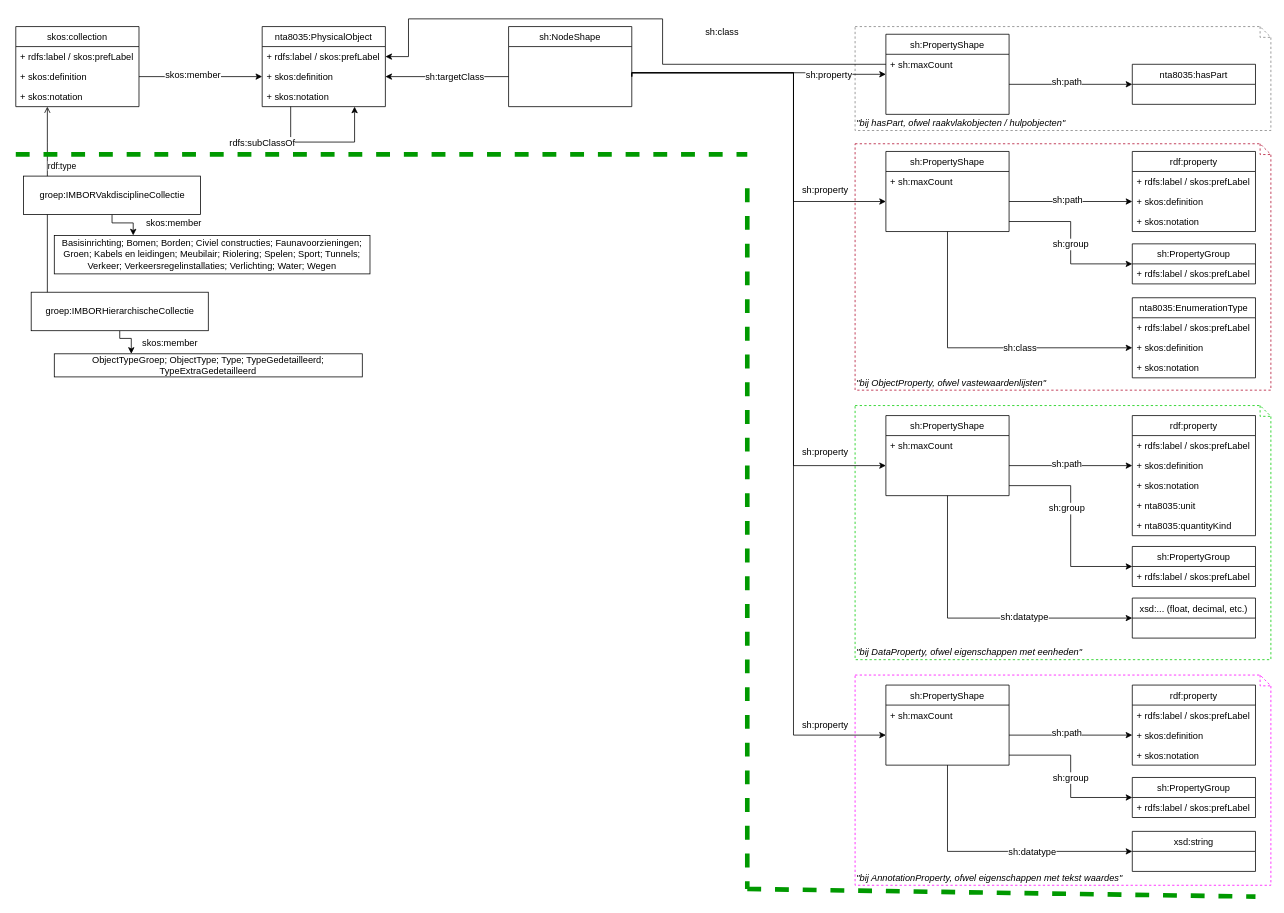
Earlier version of the draw.io diagram docs/IMBOR Metamodel.drawio (Stichting-CROW/imbor). Source tidied: cells renumbered, new cells numbered last; positions are measured from the earlier drawing's top-left corner, leaving out a move shared by most shapes. Both pictures are drawn from the tidied source at 77%, with x=0, y=0 at pixel (15, 18).
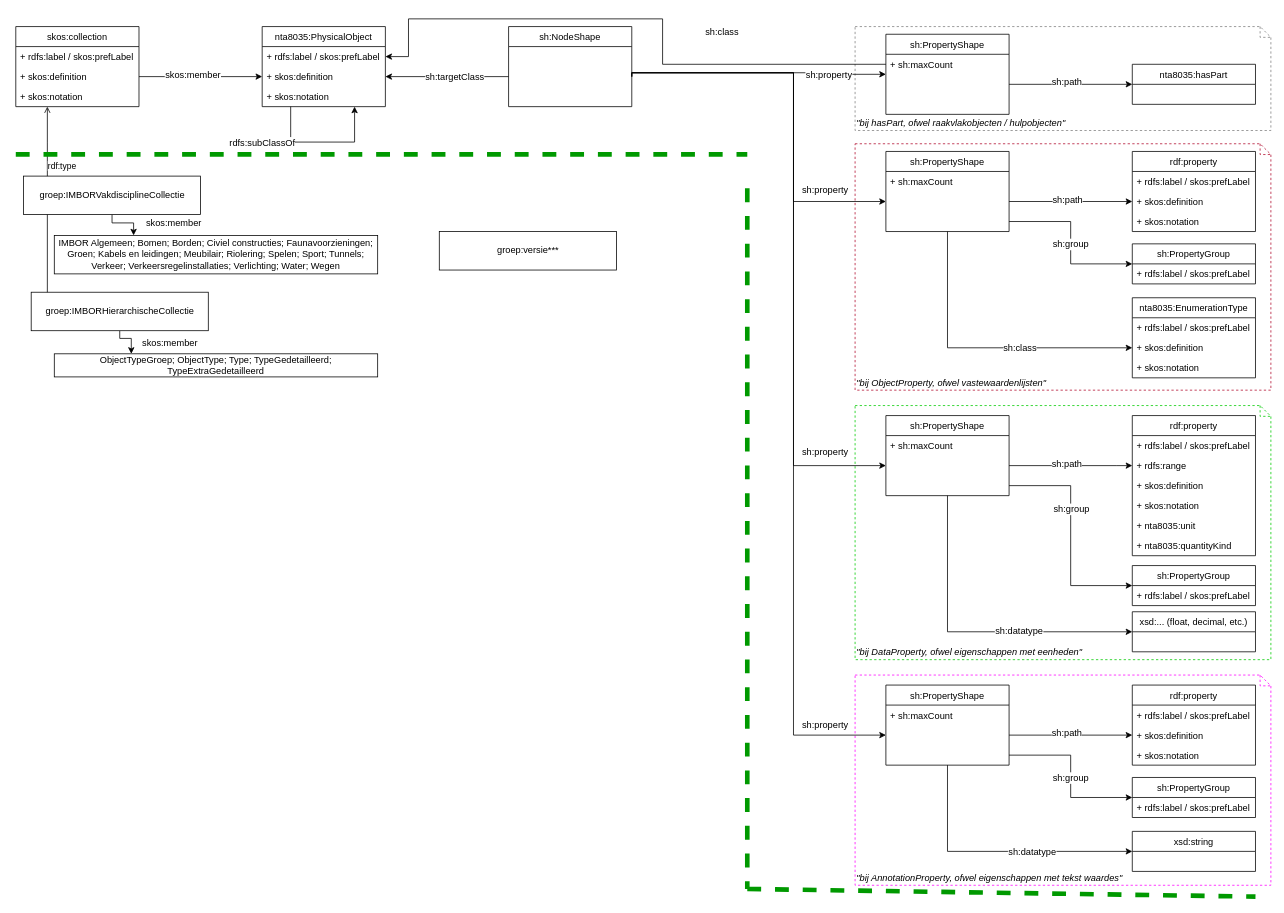
After the change.

The change refers to these unchanged cells:
```xml
<mxCell id="45" value="groep:IMBORHierarchischeCollectie" style="html=1;" parent="1" vertex="1">
  <mxGeometry x="20" y="355" width="230" height="50" as="geometry" />
</mxCell>
<mxCell id="54" value="sh:PropertyShape" style="swimlane;fontStyle=0;horizontal=1;startSize=26;fillColor=none;" parent="1" vertex="1">
  <mxGeometry x="1130" y="515.2" width="160" height="104" as="geometry" />
</mxCell>
<mxCell id="56" value=" " style="text;strokeColor=none;fillColor=none;align=left;verticalAlign=top;spacingLeft=4;spacingRight=4;overflow=hidden;points=[[0,0.5],[1,0.5]];portConstraint=eastwest;" parent="54" vertex="1">
  <mxGeometry y="52" width="160" height="26" as="geometry" />
</mxCell>
<mxCell id="89" value="groep:IMBORVakdisciplineCollectie" style="html=1;" parent="1" vertex="1">
  <mxGeometry x="10" y="204.2" width="230" height="50" as="geometry" />
</mxCell>
```

What changed in the source:
```diff
@@
-    <mxCell id="44" style="edgeStyle=orthogonalEdgeStyle;rounded=0;jettySize=auto;html=1;entryX=0.25;entryY=0;entryDx=0;entryDy=0;strokeWidth=1;" parent="1" edge="1" source="45" target="91">
+    <mxCell id="44" style="edgeStyle=orthogonalEdgeStyle;rounded=0;jettySize=auto;html=1;strokeWidth=1;" parent="1" edge="1" source="45" target="91">
       <mxGeometry relative="1" as="geometry">
         <Array as="points">
           <mxPoint x="135" y="415" />
           <mxPoint x="150" y="415" />
         </Array>
       </mxGeometry>
     </mxCell>
@@
-    <mxCell id="48" style="edgeStyle=orthogonalEdgeStyle;rounded=0;jettySize=auto;html=1;exitX=1;exitY=0.5;exitDx=0;exitDy=0;entryX=0;entryY=0.5;entryDx=0;entryDy=0;" parent="1" edge="1" source="56" target="60">
-      <mxGeometry relative="1" as="geometry" />
+    <mxCell id="48" style="edgeStyle=orthogonalEdgeStyle;rounded=0;jettySize=auto;html=1;exitX=1;exitY=0.5;exitDx=0;exitDy=0;entryX=0;entryY=0.5;entryDx=0;entryDy=0;" parent="1" edge="1" source="56" target="111">
+      <mxGeometry relative="1" as="geometry">
+        <Array as="points">
+          <mxPoint x="1430" y="580" />
+          <mxPoint x="1430" y="580" />
+        </Array>
+      </mxGeometry>
     </mxCell>
@@
     <mxCell id="50" style="edgeStyle=orthogonalEdgeStyle;rounded=0;jettySize=auto;html=1;entryX=0;entryY=0.5;entryDx=0;entryDy=0;" parent="1" edge="1" source="54" target="64">
       <mxGeometry relative="1" as="geometry">
         <Array as="points">
-          <mxPoint x="1210" y="778.2" />
+          <mxPoint x="1210" y="796" />
         </Array>
       </mxGeometry>
     </mxCell>
@@
     <mxCell id="58" value="rdf:property" style="swimlane;fontStyle=0;horizontal=1;startSize=26;fillColor=none;" parent="1" vertex="1">
-      <mxGeometry x="1450" y="515.2" width="160" height="156" as="geometry" />
+      <mxGeometry x="1450" y="515.2" width="160" height="182" as="geometry" />
     </mxCell>
@@
+    <mxCell id="111" value="+ rdfs:range" style="text;strokeColor=none;fillColor=none;align=left;verticalAlign=top;spacingLeft=4;spacingRight=4;overflow=hidden;points=[[0,0.5],[1,0.5]];portConstraint=eastwest;" parent="58" vertex="1">
+      <mxGeometry y="52" width="160" height="26" as="geometry" />
+    </mxCell>
     <mxCell id="60" value="+ skos:definition" style="text;strokeColor=none;fillColor=none;align=left;verticalAlign=top;spacingLeft=4;spacingRight=4;overflow=hidden;points=[[0,0.5],[1,0.5]];portConstraint=eastwest;" parent="58" vertex="1">
-      <mxGeometry y="52" width="160" height="26" as="geometry" />
+      <mxGeometry y="78" width="160" height="26" as="geometry" />
     </mxCell>
     <mxCell id="61" value="+ skos:notation" style="text;strokeColor=none;fillColor=none;align=left;verticalAlign=top;spacingLeft=4;spacingRight=4;overflow=hidden;" parent="58" vertex="1">
-      <mxGeometry y="78" width="160" height="26" as="geometry" />
+      <mxGeometry y="104" width="160" height="26" as="geometry" />
     </mxCell>
     <mxCell id="62" value="+ nta8035:unit" style="text;strokeColor=none;fillColor=none;align=left;verticalAlign=top;spacingLeft=4;spacingRight=4;overflow=hidden;fontStyle=0;" parent="58" vertex="1">
-      <mxGeometry y="104" width="160" height="26" as="geometry" />
+      <mxGeometry y="130" width="160" height="26" as="geometry" />
     </mxCell>
     <mxCell id="63" value="+ nta8035:quantityKind" style="text;strokeColor=none;fillColor=none;align=left;verticalAlign=top;spacingLeft=4;spacingRight=4;overflow=hidden;fontStyle=0;" parent="58" vertex="1">
-      <mxGeometry y="130" width="160" height="26" as="geometry" />
+      <mxGeometry y="156" width="160" height="26" as="geometry" />
     </mxCell>
-    <mxCell id="64" value="xsd:... (float, decimal, etc.)" style="swimlane;fontStyle=0;horizontal=1;startSize=26;fillColor=none;" parent="1" vertex="1">
-      <mxGeometry x="1450" y="752.2" width="160" height="52" as="geometry" />
-    </mxCell>
-    <mxCell id="65" value="sh:PropertyGroup" style="swimlane;fontStyle=0;horizontal=1;startSize=26;fillColor=none;" parent="1" vertex="1">
-      <mxGeometry x="1450" y="685.2" width="160" height="52" as="geometry" />
-    </mxCell>
-    <mxCell id="66" value="+ rdfs:label / skos:prefLabel" style="text;strokeColor=none;fillColor=none;align=left;verticalAlign=top;spacingLeft=4;spacingRight=4;overflow=hidden;" parent="65" vertex="1">
-      <mxGeometry y="26" width="160" height="26" as="geometry" />
-    </mxCell>
@@
-    <mxCell id="87" style="edgeStyle=orthogonalEdgeStyle;rounded=0;jettySize=auto;html=1;strokeWidth=1;entryX=0.25;entryY=0;entryDx=0;entryDy=0;exitX=0.5;exitY=1;exitDx=0;exitDy=0;" parent="1" edge="1" source="89" target="90">
+    <mxCell id="87" style="edgeStyle=orthogonalEdgeStyle;rounded=0;jettySize=auto;html=1;strokeWidth=1;exitX=0.5;exitY=1;exitDx=0;exitDy=0;" parent="1" edge="1" source="89" target="90">
       <mxGeometry relative="1" as="geometry">
         <Array as="points">
           <mxPoint x="125" y="265" />
           <mxPoint x="153" y="265" />
         </Array>
       </mxGeometry>
     </mxCell>
@@
-    <mxCell id="90" value="&lt;div&gt;Basisinrichting; Bomen; Borden; Civiel constructies; Faunavoorzieningen; Groen; Kabels en leidingen; Meubilair; Riolering; Spelen; Sport; Tunnels; Verkeer; Verkeersregelinstallaties; Verlichting; Water; Wegen&lt;br&gt;&lt;/div&gt;" style="html=1;align=center;whiteSpace=wrap;" parent="1" vertex="1">
-      <mxGeometry x="50" y="281.2" width="410" height="50" as="geometry" />
+    <mxCell id="90" value="&lt;div&gt;IMBOR Algemeen; Bomen; Borden; Civiel constructies; Faunavoorzieningen; Groen; Kabels en leidingen; Meubilair; Riolering; Spelen; Sport; Tunnels; Verkeer; Verkeersregelinstallaties; Verlichting; Water; Wegen&lt;br&gt;&lt;/div&gt;" style="html=1;align=center;whiteSpace=wrap;" parent="1" vertex="1">
+      <mxGeometry x="50" y="281.2" width="420" height="50" as="geometry" />
     </mxCell>
     <mxCell id="91" value="ObjectTypeGroep; ObjectType; Type; TypeGedetailleerd; TypeExtraGedetailleerd" style="html=1;whiteSpace=wrap;" parent="1" vertex="1">
-      <mxGeometry x="50" y="435" width="400" height="30" as="geometry" />
+      <mxGeometry x="50" y="435" width="420" height="30" as="geometry" />
     </mxCell>
@@
+    <mxCell id="64" value="xsd:... (float, decimal, etc.)" style="swimlane;fontStyle=0;horizontal=1;startSize=26;fillColor=none;" parent="1" vertex="1">
+      <mxGeometry x="1450" y="770" width="160" height="52" as="geometry" />
+    </mxCell>
+    <mxCell id="65" value="sh:PropertyGroup" style="swimlane;fontStyle=0;horizontal=1;startSize=26;fillColor=none;" parent="1" vertex="1">
+      <mxGeometry x="1450" y="710" width="160" height="52" as="geometry" />
+    </mxCell>
+    <mxCell id="66" value="+ rdfs:label / skos:prefLabel" style="text;strokeColor=none;fillColor=none;align=left;verticalAlign=top;spacingLeft=4;spacingRight=4;overflow=hidden;" parent="65" vertex="1">
+      <mxGeometry y="26" width="160" height="26" as="geometry" />
+    </mxCell>
+    <mxCell id="112" value="groep:versie***" style="html=1;" parent="1" vertex="1">
+      <mxGeometry x="550" y="276.2" width="230" height="50" as="geometry" />
+    </mxCell>
```
